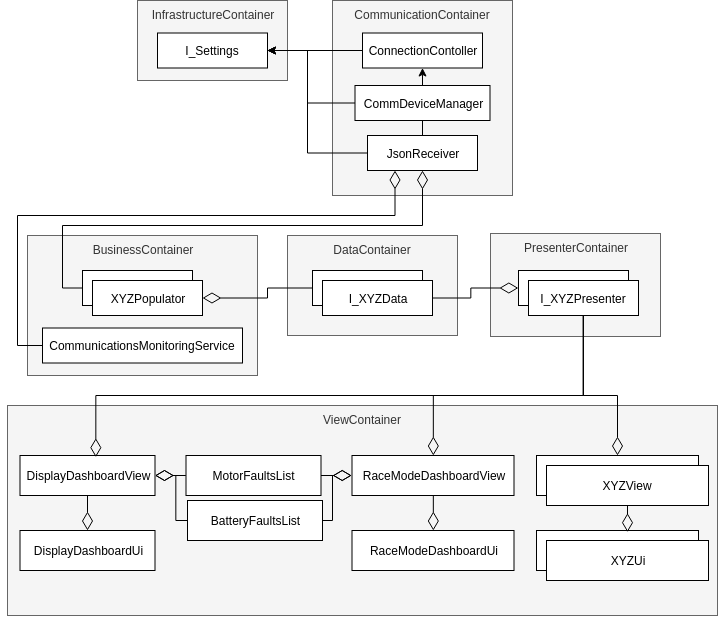
Above: ArchitectureDiagrams/ClassDiagram.png in UCSolarCarTeam/Epsilon-Dashboard (draw.io), before the change. Source tidied: cells renumbered, new cells last; positions are measured from the earlier drawing's top-left corner, leaving out a move shared by most shapes.
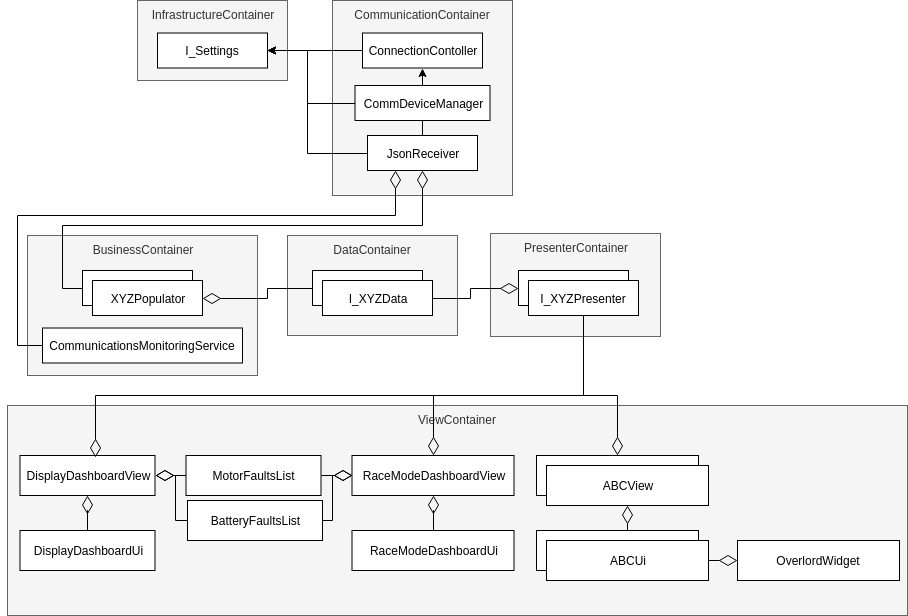
After the change.

Commit message:
Add more detail to view section of class diagram - Fix dependency diretion between uis and views

The edit, as a diff of the source:
```diff
@@ -15,7 +15,7 @@
       <mxGeometry x="483" y="233" width="170" height="103" as="geometry" />
     </mxCell>
     <mxCell id="6" value="ViewContainer" style="rounded=0;whiteSpace=wrap;html=1;fillColor=#f5f5f5;strokeColor=#666666;fontColor=#333333;verticalAlign=top;" parent="1" vertex="1">
-      <mxGeometry y="405" width="710" height="210" as="geometry" />
+      <mxGeometry y="405" width="900" height="210" as="geometry" />
     </mxCell>
     <mxCell id="7" value="CommunicationContainer" style="rounded=0;whiteSpace=wrap;html=1;fillColor=#f5f5f5;strokeColor=#666666;fontColor=#333333;verticalAlign=top;" parent="1" vertex="1">
       <mxGeometry x="325" width="180" height="195" as="geometry" />
@@ -77,9 +77,6 @@
     <mxCell id="21" value="I_XYZPresenter" style="rounded=0;whiteSpace=wrap;html=1;" parent="1" vertex="1">
       <mxGeometry x="511" y="270" width="110" height="35" as="geometry" />
     </mxCell>
-    <mxCell id="22" style="edgeStyle=orthogonalEdgeStyle;rounded=0;jettySize=auto;html=1;exitX=0.5;exitY=1;exitDx=0;exitDy=0;entryX=0.5;entryY=0;entryDx=0;entryDy=0;endArrow=diamondThin;endFill=0;endSize=16;" parent="1" edge="1" source="23" target="33">
-      <mxGeometry relative="1" as="geometry" />
-    </mxCell>
     <mxCell id="23" value="DisplayDashboardView" style="rounded=0;whiteSpace=wrap;html=1;" parent="1" vertex="1">
       <mxGeometry x="12.5" y="455" width="135" height="40" as="geometry" />
     </mxCell>
@@ -119,31 +116,37 @@
     <mxCell id="30" value="I_XYZPresenter" style="rounded=0;whiteSpace=wrap;html=1;" parent="1" vertex="1">
       <mxGeometry x="521" y="280" width="110" height="35" as="geometry" />
     </mxCell>
+    <mxCell id="48" style="edgeStyle=orthogonalEdgeStyle;rounded=0;jettySize=auto;html=1;exitX=0.5;exitY=0;exitDx=0;exitDy=0;endArrow=diamondThin;endFill=0;endSize=16;" parent="1" edge="1" source="31" target="35">
+      <mxGeometry relative="1" as="geometry" />
+    </mxCell>
     <mxCell id="31" value="RaceModeDashboardUi" style="rounded=0;whiteSpace=wrap;html=1;" parent="1" vertex="1">
       <mxGeometry x="344.5" y="530" width="162" height="40" as="geometry" />
     </mxCell>
+    <mxCell id="49" style="edgeStyle=orthogonalEdgeStyle;rounded=0;jettySize=auto;html=1;exitX=0.5;exitY=0;exitDx=0;exitDy=0;entryX=0.5;entryY=1;entryDx=0;entryDy=0;endArrow=diamondThin;endFill=0;endSize=16;" parent="1" edge="1" source="32" target="39">
+      <mxGeometry relative="1" as="geometry" />
+    </mxCell>
     <mxCell id="32" value="XYZUi" style="rounded=0;whiteSpace=wrap;html=1;" parent="1" vertex="1">
       <mxGeometry x="529" y="530" width="162" height="40" as="geometry" />
     </mxCell>
+    <mxCell id="50" style="edgeStyle=orthogonalEdgeStyle;rounded=0;jettySize=auto;html=1;exitX=0.5;exitY=0;exitDx=0;exitDy=0;endArrow=diamondThin;endFill=0;endSize=16;" parent="1" edge="1" source="33" target="23">
+      <mxGeometry relative="1" as="geometry" />
+    </mxCell>
     <mxCell id="33" value="DisplayDashboardUi" style="rounded=0;whiteSpace=wrap;html=1;" parent="1" vertex="1">
       <mxGeometry x="12.5" y="530" width="135" height="40" as="geometry" />
     </mxCell>
-    <mxCell id="34" style="edgeStyle=orthogonalEdgeStyle;rounded=0;jettySize=auto;html=1;exitX=0.5;exitY=1;exitDx=0;exitDy=0;entryX=0.5;entryY=0;entryDx=0;entryDy=0;endArrow=diamondThin;endFill=0;endSize=16;" parent="1" edge="1" source="35" target="31">
-      <mxGeometry relative="1" as="geometry" />
-    </mxCell>
     <mxCell id="35" value="RaceModeDashboardView" style="rounded=0;whiteSpace=wrap;html=1;" parent="1" vertex="1">
       <mxGeometry x="344.5" y="455" width="162" height="40" as="geometry" />
     </mxCell>
     <mxCell id="36" value="XYZView" style="rounded=0;whiteSpace=wrap;html=1;" parent="1" vertex="1">
       <mxGeometry x="529" y="455" width="162" height="40" as="geometry" />
     </mxCell>
+    <mxCell id="51" style="edgeStyle=orthogonalEdgeStyle;rounded=0;jettySize=auto;html=1;exitX=1;exitY=0.5;exitDx=0;exitDy=0;entryX=0;entryY=0.5;entryDx=0;entryDy=0;endArrow=diamondThin;endFill=0;endSize=16;" parent="1" edge="1" source="37" target="52">
+      <mxGeometry relative="1" as="geometry" />
+    </mxCell>
-    <mxCell id="37" value="XYZUi" style="rounded=0;whiteSpace=wrap;html=1;" parent="1" vertex="1">
+    <mxCell id="37" value="ABCUi" style="rounded=0;whiteSpace=wrap;html=1;" parent="1" vertex="1">
       <mxGeometry x="539" y="540" width="162" height="40" as="geometry" />
     </mxCell>
-    <mxCell id="38" style="edgeStyle=orthogonalEdgeStyle;rounded=0;jettySize=auto;html=1;exitX=0.5;exitY=1;exitDx=0;exitDy=0;entryX=0.562;entryY=0.042;entryDx=0;entryDy=0;entryPerimeter=0;endArrow=diamondThin;endFill=0;endSize=16;" parent="1" edge="1" source="39" target="32">
-      <mxGeometry relative="1" as="geometry" />
-    </mxCell>
-    <mxCell id="39" value="XYZView" style="rounded=0;whiteSpace=wrap;html=1;" parent="1" vertex="1">
+    <mxCell id="39" value="ABCView" style="rounded=0;whiteSpace=wrap;html=1;" parent="1" vertex="1">
       <mxGeometry x="539" y="465" width="162" height="40" as="geometry" />
     </mxCell>
     <mxCell id="40" style="edgeStyle=orthogonalEdgeStyle;rounded=0;jettySize=auto;html=1;exitX=0;exitY=0.5;exitDx=0;exitDy=0;entryX=1;entryY=0.5;entryDx=0;entryDy=0;endArrow=diamondThin;endFill=0;endSize=16;" parent="1" edge="1" source="42" target="23">
@@ -186,5 +189,8 @@
     <mxCell id="47" value="CommunicationsMonitoringService" style="rounded=0;whiteSpace=wrap;html=1;" parent="1" vertex="1">
       <mxGeometry x="35" y="327.5" width="200" height="35" as="geometry" />
     </mxCell>
+    <mxCell id="52" value="OverlordWidget" style="rounded=0;whiteSpace=wrap;html=1;" parent="1" vertex="1">
+      <mxGeometry x="730" y="540" width="162" height="40" as="geometry" />
+    </mxCell>
   </root>
 </mxGraphModel>
```
